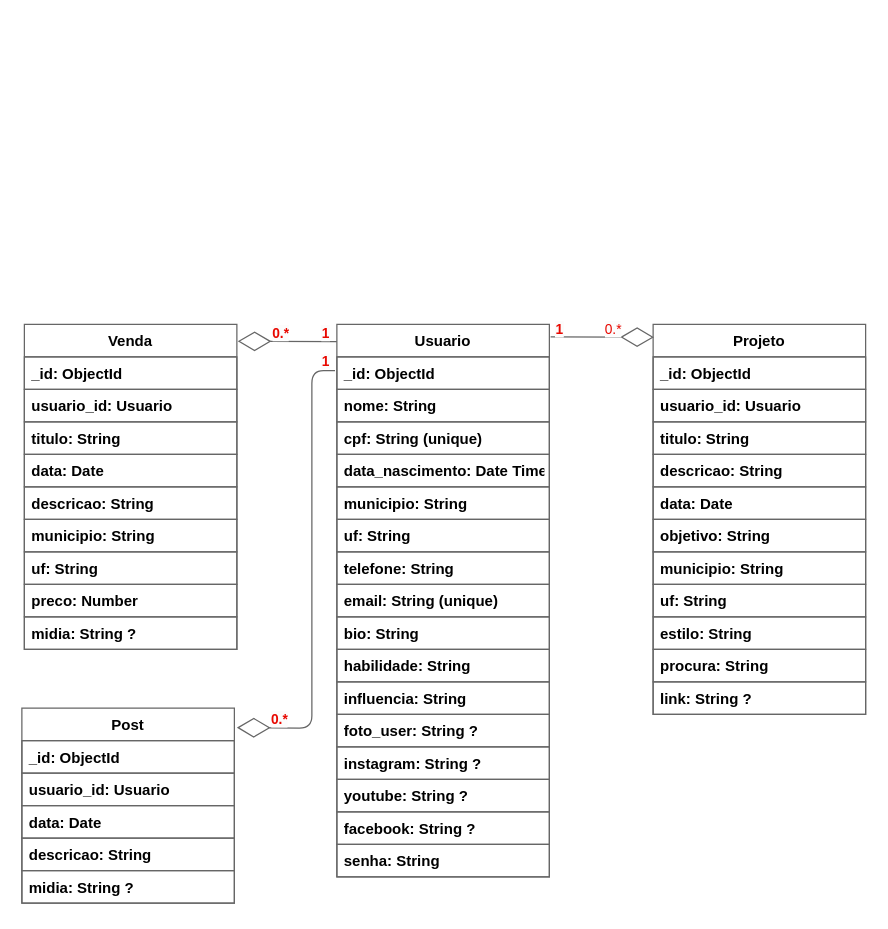
Earlier version of the draw.io diagram band_finder/Docs/bandfinder.drawio (FatecFranca/DSM-G01-PI3-2024-1). Source tidied: cells renumbered, new cells numbered last; positions are measured from the earlier drawing's top-left corner, leaving out a move shared by most shapes. Both pictures are drawn from the tidied source at 125%, with x=0, y=0 at pixel (21, 21).
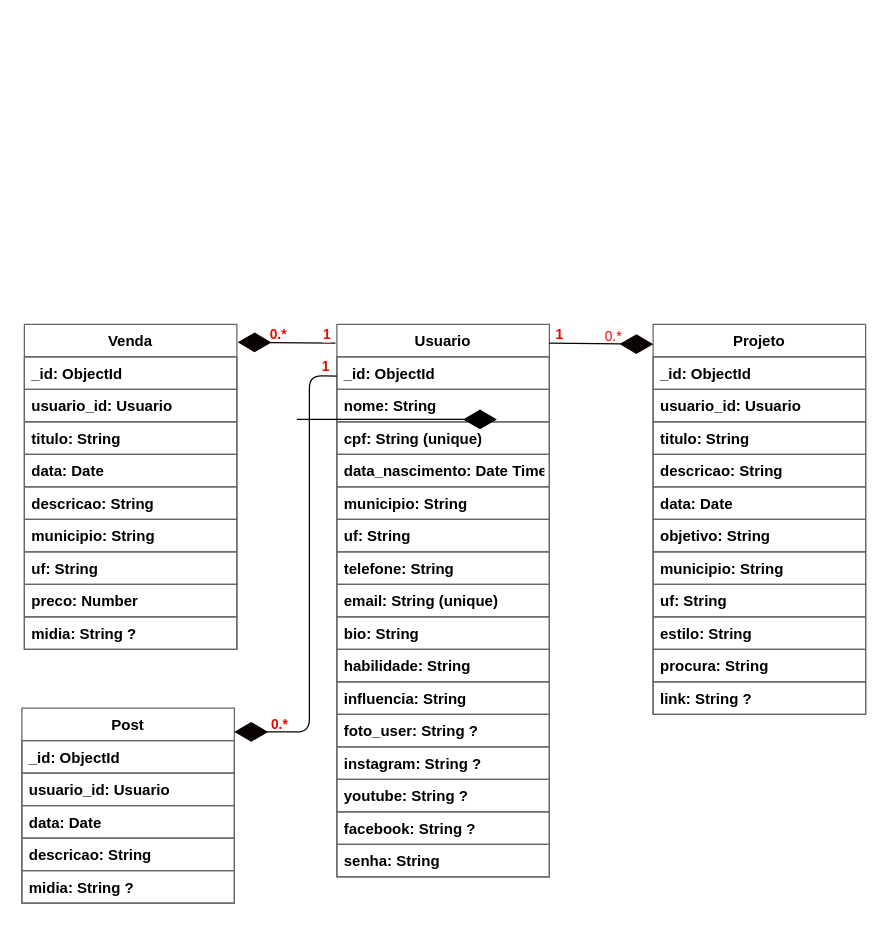
The same page after the edit.

Unchanged cells that the change refers to:
```xml
<mxCell id="2" value="Usuario" style="swimlane;fontStyle=1;horizontal=1;startSize=26;fillColor=none;shadow=0;strokeColor=#666666;fontColor=#000000;" parent="1" vertex="1">
  <mxGeometry x="252" y="242" width="170" height="442" as="geometry" />
</mxCell>
<mxCell id="19" value="Projeto" style="swimlane;fontStyle=1;horizontal=1;startSize=26;fillColor=none;shadow=0;strokeColor=#666666;fontColor=#000000;" parent="1" vertex="1">
  <mxGeometry x="505" y="242" width="170" height="312" as="geometry" />
</mxCell>
<mxCell id="31" value="Post" style="swimlane;fontStyle=1;horizontal=1;startSize=26;fillColor=none;shadow=0;strokeColor=#666666;fontColor=#000000;" parent="1" vertex="1">
  <mxGeometry y="549" width="170" height="156" as="geometry" />
</mxCell>
<mxCell id="40" value="Venda" style="swimlane;fontStyle=1;horizontal=1;startSize=26;fillColor=none;shadow=0;strokeColor=#666666;fontColor=#000000;" parent="1" vertex="1">
  <mxGeometry x="2" y="242" width="170" height="260" as="geometry" />
</mxCell>
```

The edit, as a diff of the source:
```diff
@@
-    <mxCell id="37" style="endArrow=diamondThin;endFill=0;endSize=24;html=1;entryX=0.004;entryY=0.033;entryDx=0;entryDy=0;entryPerimeter=0;shadow=0;strokeColor=#666666;fontColor=#000000;fontStyle=1;" parent="1" edge="1" target="19">
-      <mxGeometry relative="1" as="geometry">
-        <mxPoint x="423" y="252" as="sourcePoint" />
-      </mxGeometry>
-    </mxCell>
-    <mxCell id="38" style="endArrow=diamondThin;endFill=0;endSize=24;html=1;entryX=1.004;entryY=0.052;entryDx=0;entryDy=0;entryPerimeter=0;exitX=0.767;exitY=0.024;exitDx=0;exitDy=0;exitPerimeter=0;shadow=0;strokeColor=#666666;fontColor=#000000;fontStyle=1;" parent="1" edge="1" target="40">
-      <mxGeometry relative="1" as="geometry">
-        <mxPoint x="252" y="255.7" as="sourcePoint" />
-      </mxGeometry>
-    </mxCell>
-    <mxCell id="39" value="&lt;font style=&quot;background-color: rgb(252, 252, 252);&quot; color=&quot;#e80800&quot;&gt;1&lt;/font&gt;" style="edgeLabel;html=1;align=center;verticalAlign=middle;strokeColor=#1D1C1D;shadow=0;fontStyle=1;" parent="38" vertex="1">
-      <mxGeometry x="-0.5" y="-2" relative="1" as="geometry">
-        <mxPoint x="10" y="-5" as="offset" />
-      </mxGeometry>
-    </mxCell>
@@
-    <mxCell id="50" style="endArrow=diamondThin;endFill=0;endSize=24;html=1;entryX=1.012;entryY=0.1;entryDx=0;entryDy=0;entryPerimeter=0;shadow=0;strokeColor=#666666;fontColor=#000000;fontStyle=1;" parent="1" edge="1" target="31">
-      <mxGeometry relative="1" as="geometry">
-        <mxPoint x="250.5" y="279" as="sourcePoint" />
-        <Array as="points">
-          <mxPoint x="232" y="279" />
-          <mxPoint x="232" y="565" />
-        </Array>
-      </mxGeometry>
-    </mxCell>
     <mxCell id="51" value="&lt;font style=&quot;background-color: rgb(252, 252, 252);&quot; color=&quot;#e80800&quot;&gt;1&lt;/font&gt;" style="edgeLabel;html=1;align=center;verticalAlign=middle;strokeColor=#1D1C1D;shadow=0;fontStyle=1;" parent="1" vertex="1">
-      <mxGeometry x="242" y="271.7" as="geometry" />
+      <mxGeometry x="242" y="275.7" as="geometry" />
     </mxCell>
     <mxCell id="52" value="&lt;font style=&quot;background-color: rgb(252, 252, 252);&quot; color=&quot;#e80800&quot;&gt;0.*&lt;/font&gt;" style="edgeLabel;html=1;align=center;verticalAlign=middle;strokeColor=#1D1C1D;shadow=0;fontStyle=1;" parent="1" vertex="1">
-      <mxGeometry x="265" y="260.7" as="geometry">
+      <mxGeometry x="263" y="261.7" as="geometry">
         <mxPoint x="-59" y="-12" as="offset" />
       </mxGeometry>
     </mxCell>
     <mxCell id="53" value="&lt;font style=&quot;background-color: rgb(252, 252, 252);&quot; color=&quot;#e80800&quot;&gt;0.*&lt;/font&gt;" style="edgeLabel;html=1;align=center;verticalAlign=middle;strokeColor=#1D1C1D;shadow=0;fontStyle=1;" parent="1" vertex="1">
-      <mxGeometry x="269" y="312" as="geometry">
+      <mxGeometry x="269" y="316" as="geometry">
         <mxPoint x="-64" y="245" as="offset" />
       </mxGeometry>
     </mxCell>
     <mxCell id="54" value="&lt;font style=&quot;background-color: rgb(252, 252, 252);&quot; color=&quot;#e80800&quot;&gt;0.*&lt;/font&gt;" style="edgeLabel;html=1;align=center;verticalAlign=middle;strokeColor=#1D1C1D;" parent="1" vertex="1">
-      <mxGeometry x="536" as="geometry">
+      <mxGeometry x="536" y="6" as="geometry">
         <mxPoint x="-64" y="245" as="offset" />
       </mxGeometry>
     </mxCell>
     <mxCell id="55" value="&lt;font style=&quot;background-color: rgb(252, 252, 252);&quot; color=&quot;#e80800&quot;&gt;1&lt;/font&gt;" style="edgeLabel;html=1;align=center;verticalAlign=middle;strokeColor=#1D1C1D;shadow=0;fontStyle=1;" parent="1" vertex="1">
-      <mxGeometry x="258" y="257.7" as="geometry">
+      <mxGeometry x="258" y="261.7" as="geometry">
         <mxPoint x="171" y="-12" as="offset" />
       </mxGeometry>
     </mxCell>
+    <mxCell id="56" style="endArrow=diamondThin;endFill=1;endSize=24;html=1;" parent="1" edge="1">
+      <mxGeometry relative="1" as="geometry">
+        <mxPoint x="220" y="318" as="sourcePoint" />
+        <mxPoint x="380" y="318" as="targetPoint" />
+      </mxGeometry>
+    </mxCell>
+    <mxCell id="57" style="endArrow=diamondThin;endFill=1;endSize=24;html=1;entryX=1.004;entryY=0.055;entryDx=0;entryDy=0;entryPerimeter=0;exitX=-0.007;exitY=0.034;exitDx=0;exitDy=0;exitPerimeter=0;fillColor=#000000;strokeColor=#0A0300;" parent="1" edge="1" source="2" target="40">
+      <mxGeometry relative="1" as="geometry" />
+    </mxCell>
+    <mxCell id="39" value="&lt;font style=&quot;background-color: rgb(252, 252, 252);&quot; color=&quot;#e80800&quot;&gt;1&lt;/font&gt;" style="edgeLabel;html=1;align=center;verticalAlign=middle;strokeColor=#1D1C1D;shadow=0;fontStyle=1;" parent="1" vertex="1">
+      <mxGeometry x="258" y="282.7" as="geometry">
+        <mxPoint x="-15" y="-33" as="offset" />
+      </mxGeometry>
+    </mxCell>
+    <mxCell id="58" style="endArrow=diamondThin;endFill=1;endSize=24;html=1;entryX=1;entryY=0.122;entryDx=0;entryDy=0;entryPerimeter=0;exitX=-0.007;exitY=0.034;exitDx=0;exitDy=0;exitPerimeter=0;fillColor=#000000;strokeColor=#0A0300;" parent="1" edge="1" target="31">
+      <mxGeometry relative="1" as="geometry">
+        <mxPoint x="252" y="283.4" as="sourcePoint" />
+        <Array as="points">
+          <mxPoint x="230" y="283" />
+          <mxPoint x="230" y="568" />
+        </Array>
+      </mxGeometry>
+    </mxCell>
+    <mxCell id="59" style="endArrow=diamondThin;endFill=1;endSize=24;html=1;exitX=0.999;exitY=0.034;exitDx=0;exitDy=0;exitPerimeter=0;fillColor=#000000;strokeColor=#0A0300;entryX=-0.029;entryY=0.051;entryDx=0;entryDy=0;entryPerimeter=0;" parent="1" edge="1" source="2">
+      <mxGeometry relative="1" as="geometry">
+        <mxPoint x="505.1" y="257.9" as="targetPoint" />
+      </mxGeometry>
+    </mxCell>
```
